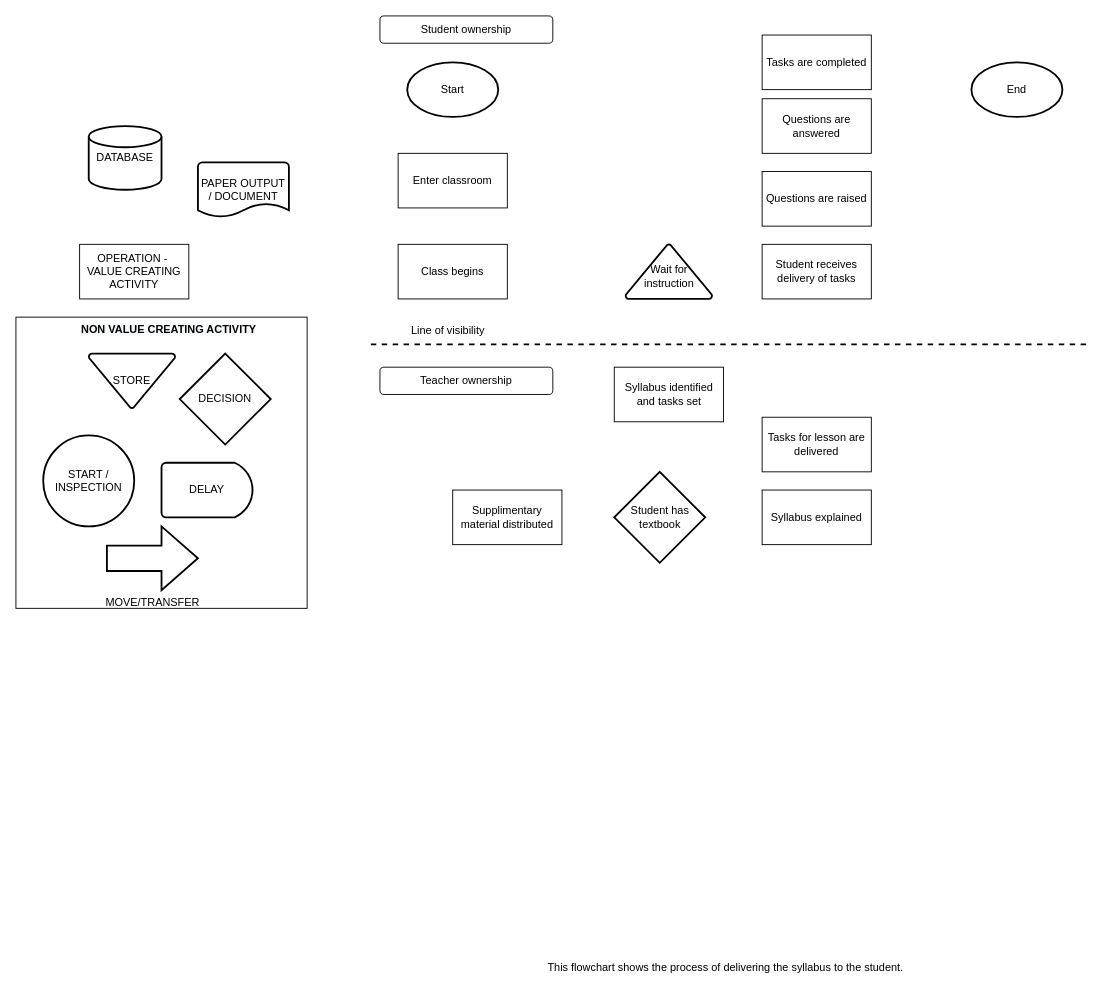
SRMITGit/diagrams keeps this draw.io diagram as page "Flowchart" (5 of 6) of All_Maps_A1.drawio. Above is the earlier version. Source tidied: cells renumbered, new cells numbered last; positions are measured from the earlier drawing's top-left corner, leaving out a move shared by most shapes. Both pictures are drawn from the tidied source at 91%, with x=0, y=0 at pixel (15, 15).
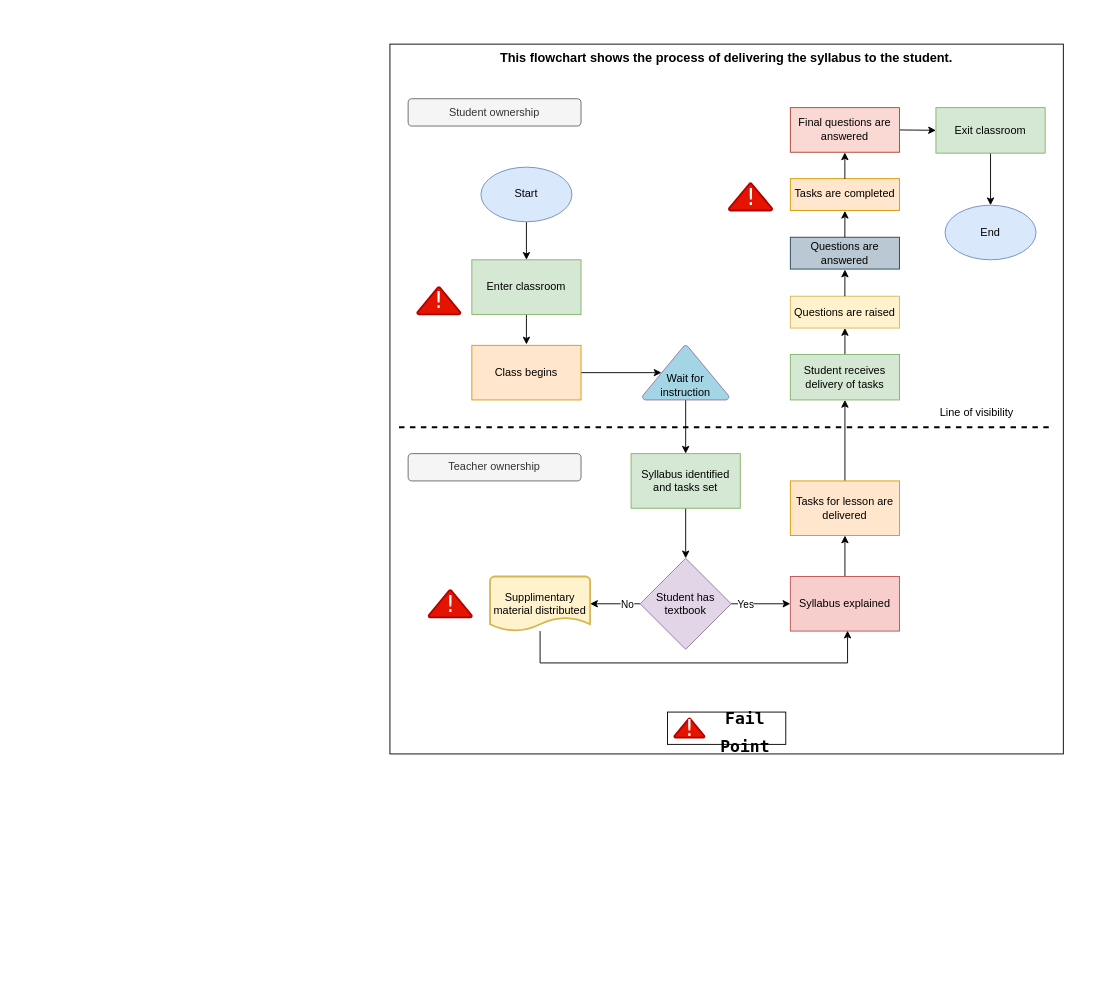
Above is the later version.

Commit message (it also covers changes not shown here):
added fail points to flowchart

What changed in the source:
```diff
@@
-    <mxCell id="2" style="whiteSpace=wrap;html=1;align=left;" parent="1" vertex="1">
-      <mxGeometry y="331" width="320" height="320" as="geometry" />
-    </mxCell>
-    <mxCell id="3" value="DELAY" style="strokeWidth=2;html=1;shape=mxgraph.flowchart.delay;whiteSpace=wrap;" parent="1" vertex="1">
-      <mxGeometry x="160" y="491" width="100" height="60" as="geometry" />
-    </mxCell>
-    <mxCell id="4" value="STORE" style="strokeWidth=2;html=1;shape=mxgraph.flowchart.merge_or_storage;whiteSpace=wrap;" parent="1" vertex="1">
-      <mxGeometry x="80" y="371" width="95" height="60" as="geometry" />
-    </mxCell>
-    <mxCell id="5" value="DECISION" style="strokeWidth=2;html=1;shape=mxgraph.flowchart.decision;whiteSpace=wrap;" parent="1" vertex="1">
-      <mxGeometry x="180" y="371" width="100" height="100" as="geometry" />
-    </mxCell>
-    <mxCell id="6" value="MOVE/TRANSFER" style="verticalLabelPosition=bottom;verticalAlign=top;html=1;strokeWidth=2;shape=mxgraph.arrows2.arrow;dy=0.6;dx=40;notch=0;" parent="1" vertex="1">
-      <mxGeometry x="100" y="561" width="100" height="70" as="geometry" />
-    </mxCell>
-    <mxCell id="7" value="START / INSPECTION" style="strokeWidth=2;html=1;shape=mxgraph.flowchart.start_2;whiteSpace=wrap;" parent="1" vertex="1">
-      <mxGeometry x="30" y="461" width="100" height="100" as="geometry" />
-    </mxCell>
-    <mxCell id="8" value="OPERATION -&amp;nbsp;&lt;br&gt;VALUE CREATING ACTIVITY" style="rounded=0;whiteSpace=wrap;html=1;" parent="1" vertex="1">
-      <mxGeometry x="70" y="251" width="120" height="60" as="geometry" />
-    </mxCell>
-    <mxCell id="9" value="DATABASE" style="strokeWidth=2;html=1;shape=mxgraph.flowchart.database;whiteSpace=wrap;" parent="1" vertex="1">
-      <mxGeometry x="80" y="121" width="80" height="70" as="geometry" />
-    </mxCell>
-    <mxCell id="10" value="PAPER OUTPUT / DOCUMENT" style="strokeWidth=2;html=1;shape=mxgraph.flowchart.document2;whiteSpace=wrap;size=0.25;" parent="1" vertex="1">
-      <mxGeometry x="200" y="161" width="100" height="60" as="geometry" />
-    </mxCell>
-    <mxCell id="11" value="&lt;span style=&quot;color: rgb(0 , 0 , 0) ; font-family: &amp;#34;helvetica&amp;#34; ; font-size: 12px ; font-style: normal ; letter-spacing: normal ; text-align: left ; text-indent: 0px ; text-transform: none ; word-spacing: 0px ; background-color: rgb(248 , 249 , 250) ; display: inline ; float: none&quot;&gt;&lt;b&gt;NON VALUE CREATING ACTIVITY&lt;/b&gt;&lt;/span&gt;" style="text;whiteSpace=wrap;html=1;" parent="1" vertex="1">
-      <mxGeometry x="70" y="331" width="200" height="30" as="geometry" />
-    </mxCell>
+    <mxCell id="33" style="rounded=0;whiteSpace=wrap;html=1;shadow=0;fontSize=14;strokeWidth=1;fillColor=default;" parent="1" vertex="1">
+      <mxGeometry x="411" y="31" width="740" height="780" as="geometry" />
+    </mxCell>
+    <mxCell id="34" style="edgeStyle=orthogonalEdgeStyle;rounded=0;jumpStyle=arc;jettySize=auto;html=1;entryX=0.5;entryY=0;entryDx=0;entryDy=0;strokeColor=default;strokeWidth=1;" parent="1" edge="1" source="12" target="17">
+      <mxGeometry relative="1" as="geometry" />
+    </mxCell>
-    <mxCell id="12" value="Start" style="strokeWidth=2;html=1;shape=mxgraph.flowchart.start_1;whiteSpace=wrap;" parent="1" vertex="1">
-      <mxGeometry x="430" y="51" width="100" height="60" as="geometry" />
+    <mxCell id="12" value="Start" style="strokeWidth=1;html=1;shape=mxgraph.flowchart.start_1;whiteSpace=wrap;fillColor=#dae8fc;strokeColor=#6c8ebf;" parent="1" vertex="1">
+      <mxGeometry x="511" y="166.2" width="100" height="60" as="geometry" />
     </mxCell>
-    <mxCell id="13" value="End" style="strokeWidth=2;html=1;shape=mxgraph.flowchart.start_1;whiteSpace=wrap;" parent="1" vertex="1">
-      <mxGeometry x="1050" y="51" width="100" height="60" as="geometry" />
+    <mxCell id="13" value="End" style="strokeWidth=1;html=1;shape=mxgraph.flowchart.start_1;whiteSpace=wrap;fillColor=#dae8fc;strokeColor=#6c8ebf;" parent="1" vertex="1">
+      <mxGeometry x="1021" y="208" width="100" height="60" as="geometry" />
     </mxCell>
-    <mxCell id="14" value="Student ownership" style="rounded=1;whiteSpace=wrap;html=1;" parent="1" vertex="1">
-      <mxGeometry x="400" width="190" height="30" as="geometry" />
+    <mxCell id="14" value="Student ownership" style="rounded=1;whiteSpace=wrap;html=1;fillColor=#f5f5f5;fontColor=#333333;strokeColor=#666666;" parent="1" vertex="1">
+      <mxGeometry x="431" y="91" width="190" height="30" as="geometry" />
     </mxCell>
-    <mxCell id="15" value="Teacher ownership" style="rounded=1;whiteSpace=wrap;html=1;" parent="1" vertex="1">
-      <mxGeometry x="400" y="386" width="190" height="30" as="geometry" />
+    <mxCell id="15" value="Teacher ownership" style="rounded=1;whiteSpace=wrap;html=1;fillColor=#f5f5f5;fontColor=#333333;strokeColor=#666666;" parent="1" vertex="1">
+      <mxGeometry x="431" y="481" width="190" height="30" as="geometry" />
     </mxCell>
-    <mxCell id="16" value="This flowchart shows the process of delivering the syllabus to the student." style="text;html=1;strokeColor=none;fillColor=none;align=center;verticalAlign=middle;whiteSpace=wrap;rounded=0;" parent="1" vertex="1">
-      <mxGeometry x="380" y="1031" width="800" height="30" as="geometry" />
+    <mxCell id="16" value="&lt;b&gt;&lt;font style=&quot;font-size: 14px&quot;&gt;This flowchart shows the process of delivering the syllabus to the student.&lt;/font&gt;&lt;/b&gt;" style="text;html=1;strokeColor=none;fillColor=none;align=center;verticalAlign=middle;whiteSpace=wrap;rounded=0;" parent="1" vertex="1">
+      <mxGeometry x="421" y="31" width="720" height="30" as="geometry" />
     </mxCell>
+    <mxCell id="35" style="edgeStyle=orthogonalEdgeStyle;rounded=0;jumpStyle=arc;jettySize=auto;html=1;strokeColor=default;strokeWidth=1;" parent="1" edge="1" source="17">
+      <mxGeometry relative="1" as="geometry">
+        <mxPoint x="561" y="361" as="targetPoint" />
+      </mxGeometry>
+    </mxCell>
-    <mxCell id="17" value="Enter classroom" style="rounded=0;whiteSpace=wrap;html=1;" parent="1" vertex="1">
-      <mxGeometry x="420" y="151" width="120" height="60" as="geometry" />
+    <mxCell id="17" value="Enter classroom" style="rounded=0;whiteSpace=wrap;html=1;fillColor=#d5e8d4;strokeColor=#82b366;" parent="1" vertex="1">
+      <mxGeometry x="501" y="268" width="120" height="60" as="geometry" />
     </mxCell>
+    <mxCell id="36" style="edgeStyle=orthogonalEdgeStyle;rounded=0;jumpStyle=arc;jettySize=auto;html=1;strokeColor=default;strokeWidth=1;entryX=0.22;entryY=0.5;entryDx=0;entryDy=0;entryPerimeter=0;" parent="1" edge="1" source="18" target="19">
+      <mxGeometry relative="1" as="geometry" />
+    </mxCell>
-    <mxCell id="18" value="Class begins" style="rounded=0;whiteSpace=wrap;html=1;" parent="1" vertex="1">
-      <mxGeometry x="420" y="251" width="120" height="60" as="geometry" />
+    <mxCell id="18" value="Class begins" style="rounded=0;whiteSpace=wrap;html=1;fillColor=#ffe6cc;strokeColor=#d79b00;" parent="1" vertex="1">
+      <mxGeometry x="501" y="362" width="120" height="60" as="geometry" />
     </mxCell>
+    <mxCell id="37" style="edgeStyle=orthogonalEdgeStyle;rounded=0;jumpStyle=arc;jettySize=auto;html=1;entryX=0.5;entryY=0;entryDx=0;entryDy=0;strokeColor=default;strokeWidth=1;" parent="1" edge="1" source="19" target="24">
+      <mxGeometry relative="1" as="geometry" />
+    </mxCell>
-    <mxCell id="19" style="strokeWidth=2;html=1;shape=mxgraph.flowchart.extract_or_measurement;whiteSpace=wrap;" parent="1" vertex="1">
-      <mxGeometry x="670" y="251" width="95" height="60" as="geometry" />
+    <mxCell id="19" style="strokeWidth=1;html=1;shape=mxgraph.flowchart.extract_or_measurement;whiteSpace=wrap;fillColor=#A3D5E5;strokeColor=#9673a6;shadow=0;" parent="1" vertex="1">
+      <mxGeometry x="688.5" y="362" width="95" height="60" as="geometry" />
     </mxCell>
     <mxCell id="20" value="Wait for instruction" style="text;html=1;strokeColor=none;fillColor=none;align=center;verticalAlign=middle;whiteSpace=wrap;rounded=0;" parent="1" vertex="1">
-      <mxGeometry x="687.5" y="271" width="60" height="30" as="geometry" />
+      <mxGeometry x="706" y="391" width="60" height="30" as="geometry" />
     </mxCell>
-    <mxCell id="21" style="group;" parent="1" vertex="1">
-      <mxGeometry x="390" y="331" width="790" height="30" as="geometry" />
-    </mxCell>
-    <mxCell id="22" style="endArrow=none;dashed=1;html=1;rounded=0;jumpStyle=arc;strokeColor=default;strokeWidth=2;" parent="21" edge="1">
-      <mxGeometry relative="1" as="geometry">
-        <mxPoint y="30" as="sourcePoint" />
-        <mxPoint x="790" y="30" as="targetPoint" />
-      </mxGeometry>
-    </mxCell>
-    <mxCell id="23" value="Line of visibility" style="text;html=1;strokeColor=none;fillColor=none;align=center;verticalAlign=middle;whiteSpace=wrap;rounded=0;" parent="21" vertex="1">
-      <mxGeometry x="10" width="150" height="30" as="geometry" />
-    </mxCell>
+    <mxCell id="38" style="edgeStyle=orthogonalEdgeStyle;rounded=0;jumpStyle=arc;jettySize=auto;html=1;strokeColor=default;strokeWidth=1;entryX=0.5;entryY=0;entryDx=0;entryDy=0;entryPerimeter=0;" parent="1" edge="1" source="24" target="25">
+      <mxGeometry relative="1" as="geometry" />
+    </mxCell>
-    <mxCell id="24" value="Syllabus identified and tasks set" style="rounded=0;whiteSpace=wrap;html=1;" parent="1" vertex="1">
-      <mxGeometry x="657.5" y="386" width="120" height="60" as="geometry" />
+    <mxCell id="24" value="Syllabus identified and tasks set" style="rounded=0;whiteSpace=wrap;html=1;fillColor=#d5e8d4;strokeColor=#82b366;" parent="1" vertex="1">
+      <mxGeometry x="676" y="481" width="120" height="60" as="geometry" />
     </mxCell>
+    <mxCell id="39" style="edgeStyle=orthogonalEdgeStyle;rounded=0;jumpStyle=arc;jettySize=auto;html=1;strokeColor=default;strokeWidth=1;" parent="1" edge="1" source="25">
+      <mxGeometry relative="1" as="geometry">
+        <mxPoint x="631" y="646" as="targetPoint" />
+      </mxGeometry>
+    </mxCell>
+    <mxCell id="40" value="No" style="edgeLabel;html=1;align=center;verticalAlign=middle;" parent="39" vertex="1">
+      <mxGeometry x="-0.67" y="1" relative="1" as="geometry">
+        <mxPoint x="-6" y="-1" as="offset" />
+      </mxGeometry>
+    </mxCell>
+    <mxCell id="41" style="edgeStyle=orthogonalEdgeStyle;rounded=0;jumpStyle=arc;jettySize=auto;html=1;entryX=0;entryY=0.5;entryDx=0;entryDy=0;strokeColor=default;strokeWidth=1;" parent="1" edge="1" source="25" target="27">
+      <mxGeometry relative="1" as="geometry" />
+    </mxCell>
+    <mxCell id="42" value="Yes" style="edgeLabel;html=1;align=center;verticalAlign=middle;" parent="41" vertex="1">
+      <mxGeometry x="-0.74" relative="1" as="geometry">
+        <mxPoint x="7" as="offset" />
+      </mxGeometry>
+    </mxCell>
-    <mxCell id="25" value="Student has textbook" style="strokeWidth=2;html=1;shape=mxgraph.flowchart.decision;whiteSpace=wrap;" parent="1" vertex="1">
-      <mxGeometry x="657.5" y="501" width="100" height="100" as="geometry" />
+    <mxCell id="25" value="Student has textbook" style="strokeWidth=1;html=1;shape=mxgraph.flowchart.decision;whiteSpace=wrap;fillColor=#e1d5e7;strokeColor=#9673a6;" parent="1" vertex="1">
+      <mxGeometry x="686" y="596" width="100" height="100" as="geometry" />
     </mxCell>
-    <mxCell id="26" value="Supplimentary material distributed" style="rounded=0;whiteSpace=wrap;html=1;" parent="1" vertex="1">
-      <mxGeometry x="480" y="521" width="120" height="60" as="geometry" />
-    </mxCell>
+    <mxCell id="43" style="edgeStyle=orthogonalEdgeStyle;rounded=0;jumpStyle=arc;jettySize=auto;html=1;entryX=0.5;entryY=1;entryDx=0;entryDy=0;strokeColor=default;strokeWidth=1;" parent="1" edge="1" source="27" target="32">
+      <mxGeometry relative="1" as="geometry" />
+    </mxCell>
-    <mxCell id="27" value="Syllabus explained" style="rounded=0;whiteSpace=wrap;html=1;" parent="1" vertex="1">
-      <mxGeometry x="820" y="521" width="120" height="60" as="geometry" />
+    <mxCell id="27" value="Syllabus explained" style="rounded=0;whiteSpace=wrap;html=1;fillColor=#f8cecc;strokeColor=#b85450;" parent="1" vertex="1">
+      <mxGeometry x="851" y="616" width="120" height="60" as="geometry" />
     </mxCell>
+    <mxCell id="44" style="edgeStyle=orthogonalEdgeStyle;rounded=0;jumpStyle=arc;jettySize=auto;html=1;strokeColor=default;strokeWidth=1;exitX=0.5;exitY=0;exitDx=0;exitDy=0;" parent="1" edge="1" source="28">
+      <mxGeometry relative="1" as="geometry">
+        <mxPoint x="911" y="343" as="targetPoint" />
+      </mxGeometry>
+    </mxCell>
-    <mxCell id="28" value="Student receives delivery of tasks" style="rounded=0;whiteSpace=wrap;html=1;" parent="1" vertex="1">
-      <mxGeometry x="820" y="251" width="120" height="60" as="geometry" />
+    <mxCell id="28" value="Student receives delivery of tasks" style="rounded=0;whiteSpace=wrap;html=1;fillColor=#d5e8d4;strokeColor=#82b366;" parent="1" vertex="1">
+      <mxGeometry x="851" y="372" width="120" height="50" as="geometry" />
     </mxCell>
-    <mxCell id="29" value="Questions are raised" style="rounded=0;whiteSpace=wrap;html=1;" parent="1" vertex="1">
-      <mxGeometry x="820" y="171" width="120" height="60" as="geometry" />
+    <mxCell id="29" value="Questions are raised" style="rounded=0;whiteSpace=wrap;html=1;fillColor=#fff2cc;strokeColor=#d6b656;" parent="1" vertex="1">
+      <mxGeometry x="851" y="308" width="120" height="35" as="geometry" />
     </mxCell>
-    <mxCell id="30" value="Questions are answered" style="rounded=0;whiteSpace=wrap;html=1;" parent="1" vertex="1">
-      <mxGeometry x="820" y="91" width="120" height="60" as="geometry" />
+    <mxCell id="30" value="Questions are answered" style="rounded=0;whiteSpace=wrap;html=1;fillColor=#bac8d3;strokeColor=#23445d;" parent="1" vertex="1">
+      <mxGeometry x="851" y="243.2" width="120" height="35" as="geometry" />
     </mxCell>
-    <mxCell id="31" value="Tasks are completed" style="rounded=0;whiteSpace=wrap;html=1;" parent="1" vertex="1">
-      <mxGeometry x="820" y="21" width="120" height="60" as="geometry" />
+    <mxCell id="31" value="Tasks are completed" style="rounded=0;whiteSpace=wrap;html=1;fillColor=#ffe6cc;strokeColor=#d79b00;" parent="1" vertex="1">
+      <mxGeometry x="851" y="178.8" width="120" height="35" as="geometry" />
     </mxCell>
+    <mxCell id="45" style="edgeStyle=orthogonalEdgeStyle;rounded=0;jumpStyle=arc;jettySize=auto;html=1;entryX=0.5;entryY=1;entryDx=0;entryDy=0;strokeColor=default;strokeWidth=1;" parent="1" edge="1" source="32" target="28">
+      <mxGeometry relative="1" as="geometry" />
+    </mxCell>
-    <mxCell id="32" value="Tasks for lesson are delivered" style="rounded=0;whiteSpace=wrap;html=1;" parent="1" vertex="1">
-      <mxGeometry x="820" y="441" width="120" height="60" as="geometry" />
+    <mxCell id="32" value="Tasks for lesson are delivered" style="rounded=0;whiteSpace=wrap;html=1;fillColor=#ffe6cc;strokeColor=#d79b00;" parent="1" vertex="1">
+      <mxGeometry x="851" y="511" width="120" height="60" as="geometry" />
     </mxCell>
+    <mxCell id="46" style="edgeStyle=orthogonalEdgeStyle;rounded=0;jumpStyle=arc;jettySize=auto;html=1;entryX=0;entryY=0.5;entryDx=0;entryDy=0;strokeColor=default;strokeWidth=1;" parent="1" edge="1" source="47" target="49">
+      <mxGeometry relative="1" as="geometry" />
+    </mxCell>
+    <mxCell id="47" value="Final questions are answered" style="rounded=0;whiteSpace=wrap;html=1;fillColor=#fad9d5;strokeColor=#ae4132;" parent="1" vertex="1">
+      <mxGeometry x="851" y="100.8" width="120" height="49" as="geometry" />
+    </mxCell>
+    <mxCell id="48" style="edgeStyle=orthogonalEdgeStyle;rounded=0;jumpStyle=arc;jettySize=auto;html=1;strokeColor=default;strokeWidth=1;" parent="1" edge="1" source="49" target="13">
+      <mxGeometry relative="1" as="geometry" />
+    </mxCell>
+    <mxCell id="49" value="Exit classroom" style="rounded=0;whiteSpace=wrap;html=1;fillColor=#d5e8d4;strokeColor=#82b366;" parent="1" vertex="1">
+      <mxGeometry x="1011" y="100.8" width="120" height="50" as="geometry" />
+    </mxCell>
+    <mxCell id="22" style="endArrow=none;dashed=1;html=1;rounded=0;jumpStyle=none;strokeColor=default;strokeWidth=2;" parent="1" edge="1">
+      <mxGeometry relative="1" as="geometry">
+        <mxPoint x="421" y="452" as="sourcePoint" />
+        <mxPoint x="1141" y="452" as="targetPoint" />
+      </mxGeometry>
+    </mxCell>
+    <mxCell id="23" value="Line of visibility" style="text;html=1;strokeColor=none;fillColor=none;align=center;verticalAlign=middle;whiteSpace=wrap;rounded=0;" parent="1" vertex="1">
+      <mxGeometry x="981" y="421" width="150" height="30" as="geometry" />
+    </mxCell>
+    <mxCell id="50" style="edgeStyle=orthogonalEdgeStyle;rounded=0;jumpStyle=arc;jettySize=auto;html=1;strokeColor=default;strokeWidth=1;exitX=0.5;exitY=0;exitDx=0;exitDy=0;entryX=0.5;entryY=1.015;entryDx=0;entryDy=0;entryPerimeter=0;" parent="1" edge="1" target="30">
+      <mxGeometry relative="1" as="geometry">
+        <mxPoint x="910.9" y="308" as="sourcePoint" />
+      </mxGeometry>
+    </mxCell>
+    <mxCell id="51" style="edgeStyle=orthogonalEdgeStyle;rounded=0;jumpStyle=arc;jettySize=auto;html=1;strokeColor=default;strokeWidth=1;exitX=0.5;exitY=0;exitDx=0;exitDy=0;entryX=0.5;entryY=1.01;entryDx=0;entryDy=0;entryPerimeter=0;" parent="1" edge="1" target="31">
+      <mxGeometry relative="1" as="geometry">
+        <mxPoint x="910.9" y="243.2" as="sourcePoint" />
+      </mxGeometry>
+    </mxCell>
+    <mxCell id="52" style="edgeStyle=orthogonalEdgeStyle;rounded=0;jumpStyle=arc;orthogonalLoop=1;jettySize=auto;html=1;strokeColor=default;strokeWidth=1;exitX=0.5;exitY=0;exitDx=0;exitDy=0;" parent="1" edge="1">
+      <mxGeometry relative="1" as="geometry">
+        <mxPoint x="910.9" y="179" as="sourcePoint" />
+        <mxPoint x="910.9" y="150" as="targetPoint" />
+      </mxGeometry>
+    </mxCell>
+    <mxCell id="53" style="edgeStyle=orthogonalEdgeStyle;rounded=0;jumpStyle=arc;jettySize=auto;html=1;entryX=0.524;entryY=0.992;entryDx=0;entryDy=0;entryPerimeter=0;strokeColor=default;strokeWidth=1;" parent="1" edge="1" source="26" target="27">
+      <mxGeometry relative="1" as="geometry">
+        <Array as="points">
+          <mxPoint x="576" y="711" />
+          <mxPoint x="914" y="711" />
+        </Array>
+      </mxGeometry>
+    </mxCell>
+    <mxCell id="26" value="Supplimentary material distributed" style="strokeWidth=2;html=1;shape=mxgraph.flowchart.document2;whiteSpace=wrap;size=0.25;fillColor=#fff2cc;strokeColor=#d6b656;" parent="1" vertex="1">
+      <mxGeometry x="521" y="616" width="110" height="60" as="geometry" />
+    </mxCell>
+    <mxCell id="54" value="&lt;font style=&quot;font-size: 25px&quot; face=&quot;Lucida Console&quot; color=&quot;#ffffff&quot;&gt;!&lt;/font&gt;" style="strokeWidth=2;html=1;shape=mxgraph.flowchart.extract_or_measurement;whiteSpace=wrap;shadow=0;fontSize=14;fillColor=#e51400;strokeColor=#B20000;fontColor=#ffffff;" parent="1" vertex="1">
+      <mxGeometry x="783.5" y="183.8" width="47.5" height="30" as="geometry" />
+    </mxCell>
+    <mxCell id="55" value="&lt;font style=&quot;font-size: 25px&quot; face=&quot;Lucida Console&quot; color=&quot;#ffffff&quot;&gt;!&lt;/font&gt;" style="strokeWidth=2;html=1;shape=mxgraph.flowchart.extract_or_measurement;whiteSpace=wrap;shadow=0;fontSize=14;fillColor=#e51400;strokeColor=#B20000;fontColor=#ffffff;" parent="1" vertex="1">
+      <mxGeometry x="453.5" y="631" width="47.5" height="30" as="geometry" />
+    </mxCell>
+    <mxCell id="56" style="group;" parent="1" vertex="1">
+      <mxGeometry x="716" y="765" width="130" height="35.5" as="geometry" />
+    </mxCell>
+    <mxCell id="57" value="&lt;font style=&quot;font-size: 25px&quot; face=&quot;Lucida Console&quot; color=&quot;#ffffff&quot;&gt;!&lt;/font&gt;" style="strokeWidth=2;html=1;shape=mxgraph.flowchart.extract_or_measurement;whiteSpace=wrap;shadow=0;fontSize=14;fillColor=#e51400;strokeColor=#B20000;fontColor=#ffffff;" parent="56" vertex="1">
+      <mxGeometry x="7.5" y="7" width="33.2" height="21" as="geometry" />
+    </mxCell>
+    <mxCell id="58" value="&lt;font color=&quot;#000000&quot; face=&quot;Lucida Console&quot; size=&quot;1&quot;&gt;&lt;b style=&quot;font-size: 18px&quot;&gt;Fail Point&lt;/b&gt;&lt;/font&gt;" style="text;html=1;strokeColor=none;fillColor=none;align=center;verticalAlign=middle;whiteSpace=wrap;rounded=0;shadow=0;fontFamily=Tahoma;fontSize=25;fontColor=#FFFFFF;" parent="56" vertex="1">
+      <mxGeometry x="42.8" y="2.5" width="85" height="30" as="geometry" />
+    </mxCell>
+    <mxCell id="59" style="rounded=0;whiteSpace=wrap;html=1;shadow=0;fontFamily=Lucida Console;fontSize=25;fontColor=#000000;strokeWidth=1;fillColor=none;" parent="56" vertex="1">
+      <mxGeometry width="130" height="35.5" as="geometry" />
+    </mxCell>
+    <mxCell id="60" value="&lt;font style=&quot;font-size: 25px&quot; face=&quot;Lucida Console&quot; color=&quot;#ffffff&quot;&gt;!&lt;/font&gt;" style="strokeWidth=2;html=1;shape=mxgraph.flowchart.extract_or_measurement;whiteSpace=wrap;shadow=0;fontSize=14;fillColor=#e51400;strokeColor=#B20000;fontColor=#ffffff;" parent="1" vertex="1">
+      <mxGeometry x="441" y="298" width="47.5" height="30" as="geometry" />
+    </mxCell>
```
